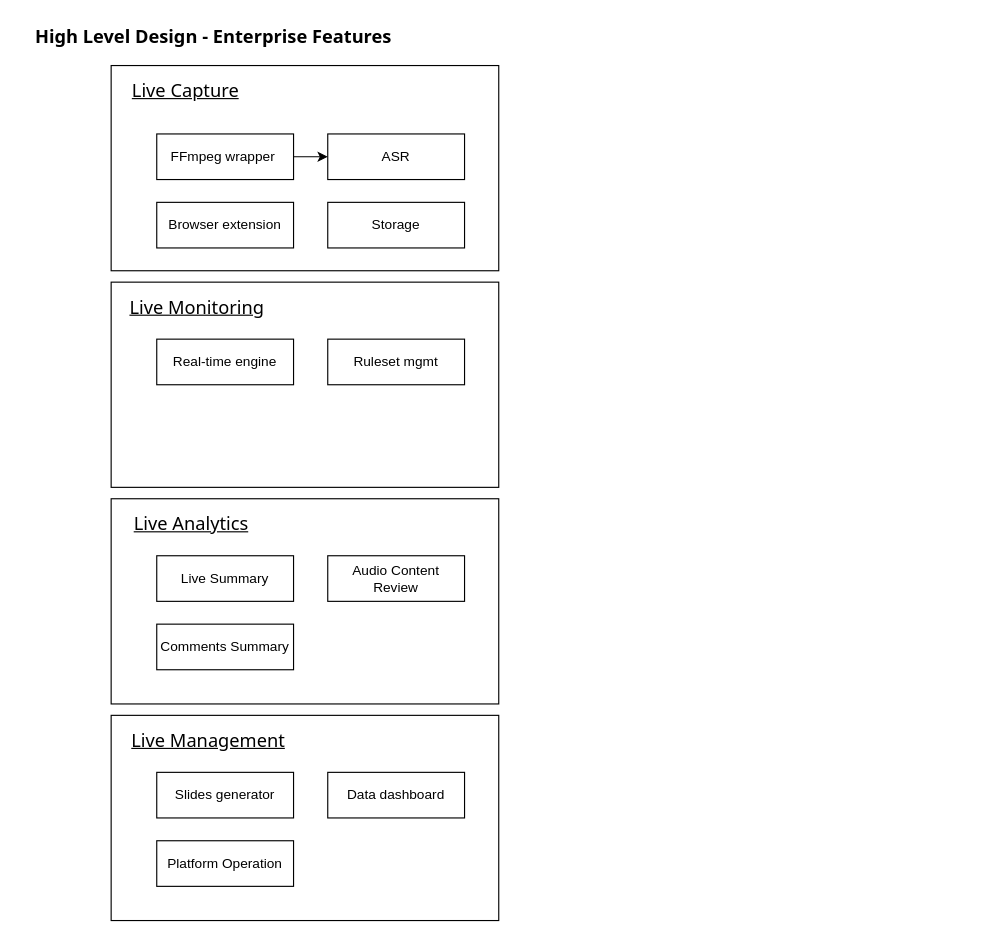
Above: LiveChamp-Enterprise.drawio in sinbane/diagrams (draw.io), before the change. Source tidied: cells renumbered, new cells numbered last; positions are measured from the earlier drawing's top-left corner, leaving out a move shared by most shapes. Both pictures are drawn from the tidied source at 114%, with x=0, y=0 at pixel (19, 19).
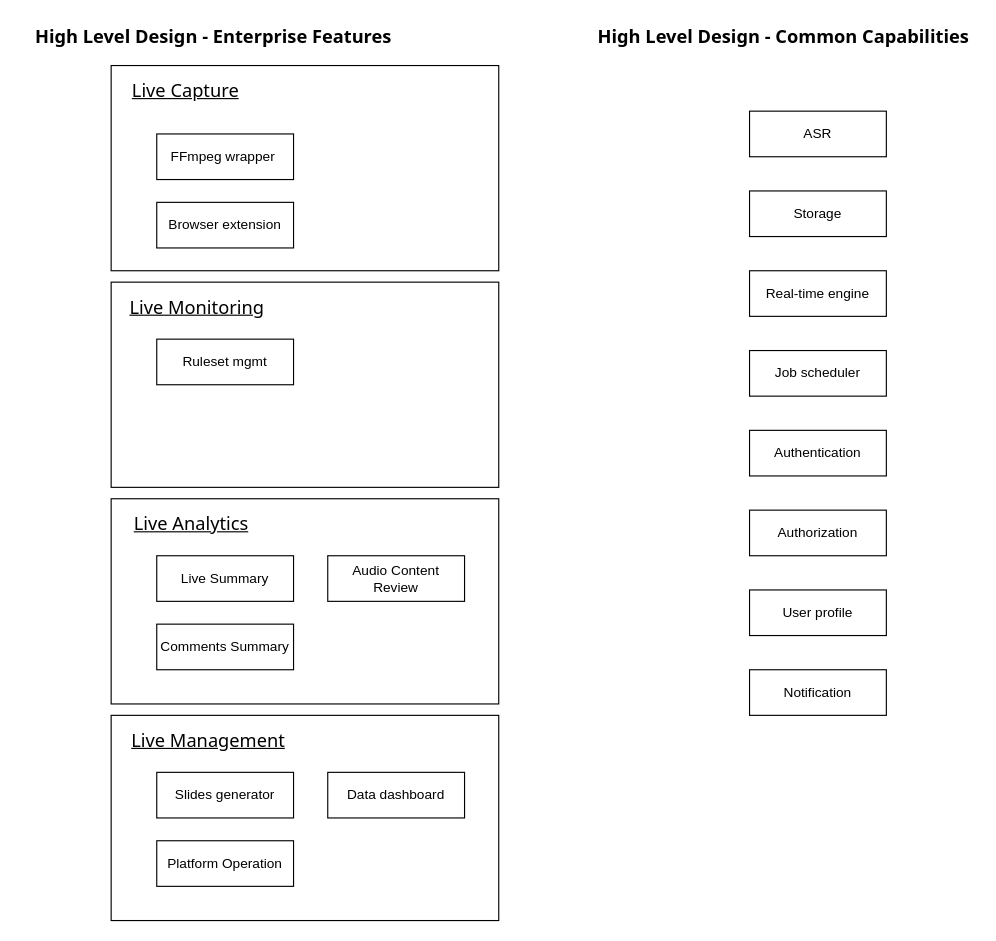
After the change.

The change refers to these unchanged cells:
```xml
<mxCell id="2" style="group;" parent="1" vertex="1">
  <mxGeometry x="80" y="230" width="340" height="180" as="geometry" />
</mxCell>
<mxCell id="7" style="group;" parent="1" vertex="1">
  <mxGeometry x="80" y="40" width="340" height="180" as="geometry" />
</mxCell>
<mxCell id="11" value="FFmpeg wrapper&amp;nbsp;" style="rounded=0;whiteSpace=wrap;html=1;" parent="7" vertex="1">
  <mxGeometry x="40" y="60" width="120" height="40" as="geometry" />
</mxCell>
```

What changed in the source:
```diff
@@
-    <mxCell id="5" value="Real-time engine" style="rounded=0;whiteSpace=wrap;html=1;" parent="2" vertex="1">
-      <mxGeometry x="40" y="50" width="120" height="40" as="geometry" />
-    </mxCell>
     <mxCell id="6" value="Ruleset mgmt" style="rounded=0;whiteSpace=wrap;html=1;" parent="2" vertex="1">
-      <mxGeometry x="190" y="50" width="120" height="40" as="geometry" />
+      <mxGeometry x="40" y="50" width="120" height="40" as="geometry" />
     </mxCell>
@@
-    <mxCell id="12" value="Storage" style="rounded=0;whiteSpace=wrap;html=1;" parent="7" vertex="1">
-      <mxGeometry x="190" y="120" width="120" height="40" as="geometry" />
-    </mxCell>
-    <mxCell id="13" value="ASR" style="rounded=0;whiteSpace=wrap;html=1;" parent="7" vertex="1">
-      <mxGeometry x="190" y="60" width="120" height="40" as="geometry" />
-    </mxCell>
-    <mxCell id="14" style="edgeStyle=orthogonalEdgeStyle;rounded=0;jettySize=auto;html=1;entryX=0;entryY=0.5;entryDx=0;entryDy=0;" parent="7" edge="1" source="11" target="13">
-      <mxGeometry relative="1" as="geometry" />
-    </mxCell>
@@
+    <mxCell id="13" value="ASR" style="rounded=0;whiteSpace=wrap;html=1;" parent="1" vertex="1">
+      <mxGeometry x="640" y="80" width="120" height="40" as="geometry" />
+    </mxCell>
+    <mxCell id="12" value="Storage" style="rounded=0;whiteSpace=wrap;html=1;" parent="1" vertex="1">
+      <mxGeometry x="640" y="150" width="120" height="40" as="geometry" />
+    </mxCell>
+    <mxCell id="5" value="Real-time engine" style="rounded=0;whiteSpace=wrap;html=1;" parent="1" vertex="1">
+      <mxGeometry x="640" y="220" width="120" height="40" as="geometry" />
+    </mxCell>
+    <mxCell id="28" value="Job scheduler" style="rounded=0;whiteSpace=wrap;html=1;" parent="1" vertex="1">
+      <mxGeometry x="640" y="290" width="120" height="40" as="geometry" />
+    </mxCell>
+    <mxCell id="29" value="High Level Design - Common Capabilities" style="text;html=1;strokeColor=none;fillColor=none;align=center;verticalAlign=middle;whiteSpace=wrap;rounded=0;fontFamily=Tahoma;fontSize=16;fontStyle=1;" parent="1" vertex="1">
+      <mxGeometry x="500" width="340" height="30" as="geometry" />
+    </mxCell>
+    <mxCell id="30" value="Authentication" style="rounded=0;whiteSpace=wrap;html=1;" parent="1" vertex="1">
+      <mxGeometry x="640" y="360" width="120" height="40" as="geometry" />
+    </mxCell>
+    <mxCell id="31" value="Authorization" style="rounded=0;whiteSpace=wrap;html=1;" parent="1" vertex="1">
+      <mxGeometry x="640" y="430" width="120" height="40" as="geometry" />
+    </mxCell>
+    <mxCell id="32" value="User profile" style="rounded=0;whiteSpace=wrap;html=1;" parent="1" vertex="1">
+      <mxGeometry x="640" y="500" width="120" height="40" as="geometry" />
+    </mxCell>
+    <mxCell id="33" value="Notification" style="rounded=0;whiteSpace=wrap;html=1;" parent="1" vertex="1">
+      <mxGeometry x="640" y="570" width="120" height="40" as="geometry" />
+    </mxCell>
```
